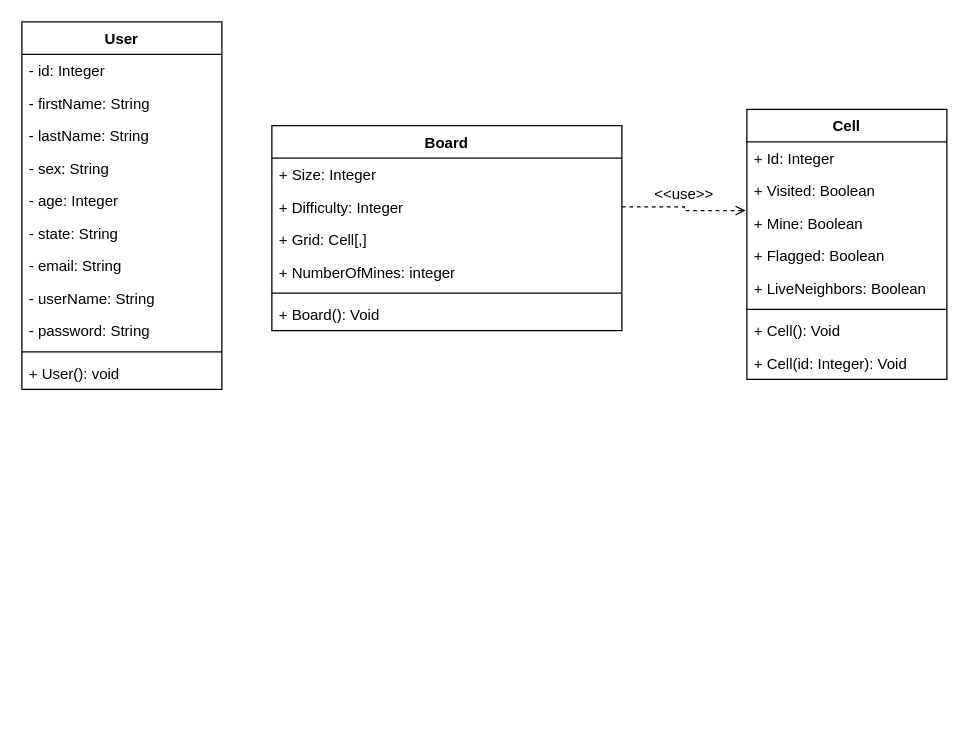
MTeixeiraGCU/CST-350_Minesweeper keeps this draw.io diagram as UMLDiagrams.drawio. Above is the earlier version. Source tidied: cells renumbered, new cells numbered last; positions are measured from the earlier drawing's top-left corner, leaving out a move shared by most shapes. Both pictures are drawn from the tidied source at 125%, with x=0, y=0 at pixel (21, 21).
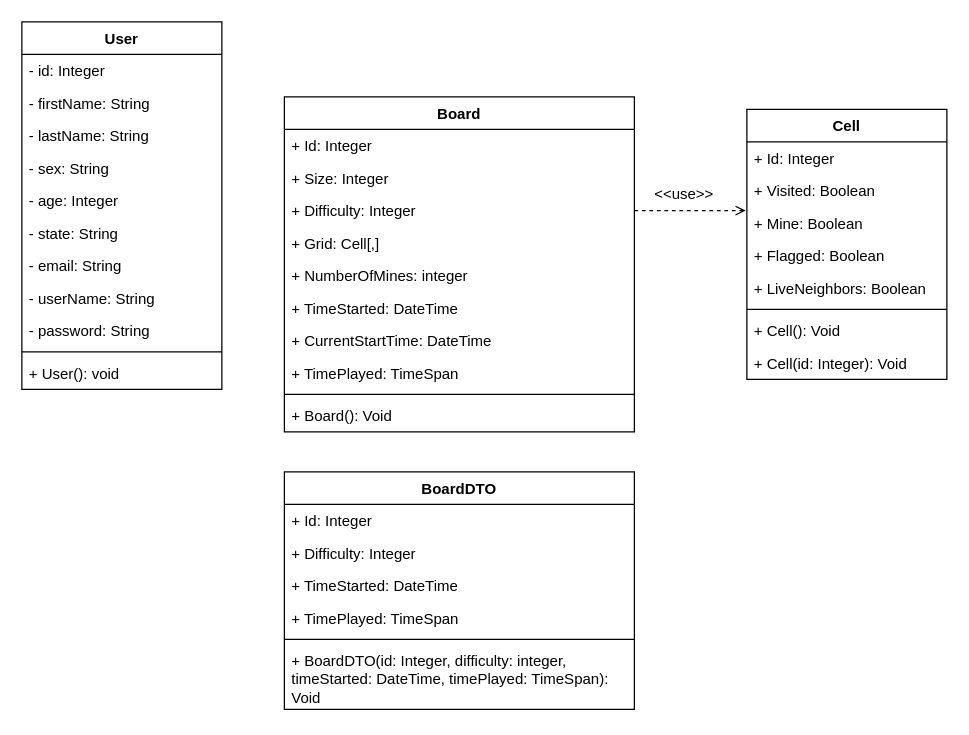
Above is the later version.

Commit message (it also covers changes not shown here):
Updated the UML diagrams for new DTO model and additions to Board class.

Change to the diagram source:
```diff
@@
     <mxCell id="25" value="Board" style="swimlane;fontStyle=1;align=center;verticalAlign=top;horizontal=1;startSize=26;" parent="1" vertex="1">
-      <mxGeometry x="200" y="83" width="280" height="164" as="geometry" />
+      <mxGeometry x="210" y="60" width="280" height="268" as="geometry" />
     </mxCell>
-    <mxCell id="26" value="+ Size: Integer" style="text;strokeColor=none;fillColor=none;align=left;verticalAlign=top;spacingLeft=4;spacingRight=4;overflow=hidden;" parent="25" vertex="1">
+    <mxCell id="26" value="+ Id: Integer" style="text;strokeColor=none;fillColor=none;align=left;verticalAlign=top;spacingLeft=4;spacingRight=4;overflow=hidden;" parent="25" vertex="1">
       <mxGeometry y="26" width="280" height="26" as="geometry" />
     </mxCell>
+    <mxCell id="32" value="+ Size: Integer" style="text;strokeColor=none;fillColor=none;align=left;verticalAlign=top;spacingLeft=4;spacingRight=4;overflow=hidden;" parent="25" vertex="1">
+      <mxGeometry y="52" width="280" height="26" as="geometry" />
+    </mxCell>
     <mxCell id="27" value="+ Difficulty: Integer" style="text;strokeColor=none;fillColor=none;align=left;verticalAlign=top;spacingLeft=4;spacingRight=4;overflow=hidden;points=[[0,0.5],[1,0.5]];portConstraint=eastwest;" parent="25" vertex="1">
-      <mxGeometry y="52" width="280" height="26" as="geometry" />
+      <mxGeometry y="78" width="280" height="26" as="geometry" />
     </mxCell>
     <mxCell id="28" value="+ Grid: Cell[,]" style="text;strokeColor=none;fillColor=none;align=left;verticalAlign=top;spacingLeft=4;spacingRight=4;overflow=hidden;" parent="25" vertex="1">
-      <mxGeometry y="78" width="280" height="26" as="geometry" />
+      <mxGeometry y="104" width="280" height="26" as="geometry" />
     </mxCell>
     <mxCell id="29" value="+ NumberOfMines: integer" style="text;strokeColor=none;fillColor=none;align=left;verticalAlign=top;spacingLeft=4;spacingRight=4;overflow=hidden;" parent="25" vertex="1">
-      <mxGeometry y="104" width="280" height="26" as="geometry" />
+      <mxGeometry y="130" width="280" height="26" as="geometry" />
     </mxCell>
+    <mxCell id="33" value="+ TimeStarted: DateTime" style="text;strokeColor=none;fillColor=none;align=left;verticalAlign=top;spacingLeft=4;spacingRight=4;overflow=hidden;" parent="25" vertex="1">
+      <mxGeometry y="156" width="280" height="26" as="geometry" />
+    </mxCell>
+    <mxCell id="34" value="+ CurrentStartTime: DateTime" style="text;strokeColor=none;fillColor=none;align=left;verticalAlign=top;spacingLeft=4;spacingRight=4;overflow=hidden;" parent="25" vertex="1">
+      <mxGeometry y="182" width="280" height="26" as="geometry" />
+    </mxCell>
+    <mxCell id="35" value="+ TimePlayed: TimeSpan" style="text;strokeColor=none;fillColor=none;align=left;verticalAlign=top;spacingLeft=4;spacingRight=4;overflow=hidden;" parent="25" vertex="1">
+      <mxGeometry y="208" width="280" height="26" as="geometry" />
+    </mxCell>
     <mxCell id="30" style="line;strokeWidth=1;fillColor=none;align=left;verticalAlign=middle;spacingTop=-1;spacingLeft=3;spacingRight=3;labelPosition=right;" parent="25" vertex="1">
-      <mxGeometry y="130" width="280" height="8" as="geometry" />
+      <mxGeometry y="234" width="280" height="8" as="geometry" />
     </mxCell>
     <mxCell id="31" value="+ Board(): Void" style="text;strokeColor=none;fillColor=none;align=left;verticalAlign=top;spacingLeft=4;spacingRight=4;overflow=hidden;" parent="25" vertex="1">
-      <mxGeometry y="138" width="280" height="26" as="geometry" />
+      <mxGeometry y="242" width="280" height="26" as="geometry" />
     </mxCell>
+    <mxCell id="36" value="BoardDTO" style="swimlane;fontStyle=1;align=center;verticalAlign=top;horizontal=1;startSize=26;" parent="1" vertex="1">
+      <mxGeometry x="210" y="360" width="280" height="190" as="geometry" />
+    </mxCell>
+    <mxCell id="37" value="+ Id: Integer" style="text;strokeColor=none;fillColor=none;align=left;verticalAlign=top;spacingLeft=4;spacingRight=4;overflow=hidden;" parent="36" vertex="1">
+      <mxGeometry y="26" width="280" height="26" as="geometry" />
+    </mxCell>
+    <mxCell id="38" value="+ Difficulty: Integer" style="text;strokeColor=none;fillColor=none;align=left;verticalAlign=top;spacingLeft=4;spacingRight=4;overflow=hidden;" parent="36" vertex="1">
+      <mxGeometry y="52" width="280" height="26" as="geometry" />
+    </mxCell>
+    <mxCell id="39" value="+ TimeStarted: DateTime" style="text;strokeColor=none;fillColor=none;align=left;verticalAlign=top;spacingLeft=4;spacingRight=4;overflow=hidden;" parent="36" vertex="1">
+      <mxGeometry y="78" width="280" height="26" as="geometry" />
+    </mxCell>
+    <mxCell id="40" value="+ TimePlayed: TimeSpan" style="text;strokeColor=none;fillColor=none;align=left;verticalAlign=top;spacingLeft=4;spacingRight=4;overflow=hidden;" parent="36" vertex="1">
+      <mxGeometry y="104" width="280" height="26" as="geometry" />
+    </mxCell>
+    <mxCell id="41" style="line;strokeWidth=1;fillColor=none;align=left;verticalAlign=middle;spacingTop=-1;spacingLeft=3;spacingRight=3;labelPosition=right;" parent="36" vertex="1">
+      <mxGeometry y="130" width="280" height="8" as="geometry" />
+    </mxCell>
+    <mxCell id="42" value="+ BoardDTO(id: Integer, difficulty: integer, timeStarted: DateTime, timePlayed: TimeSpan): Void" style="text;strokeColor=none;fillColor=none;align=left;verticalAlign=top;spacingLeft=4;spacingRight=4;overflow=hidden;whiteSpace=wrap;" parent="36" vertex="1">
+      <mxGeometry y="138" width="280" height="52" as="geometry" />
+    </mxCell>
```
